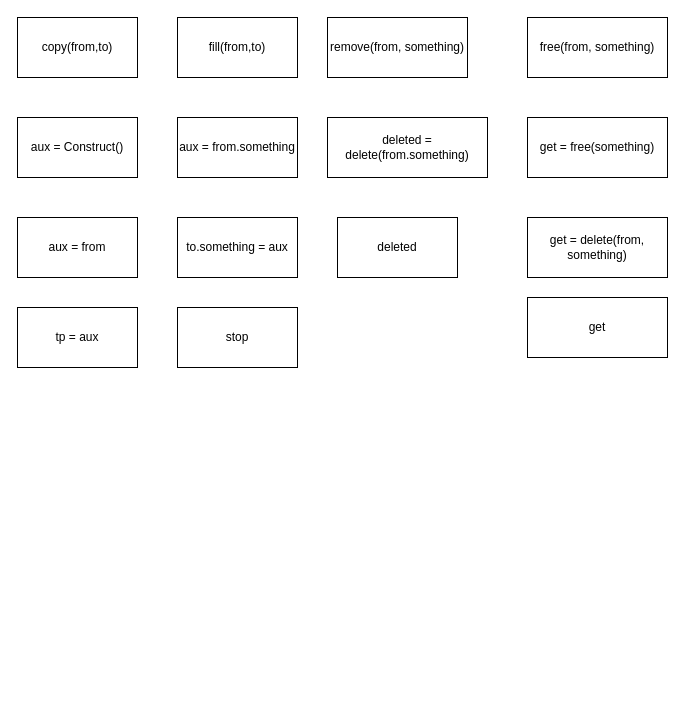
Cristof17/PALibrary- keeps this draw.io diagram as Untitled.drawio. Above is the earlier version. Source tidied: cells renumbered, new cells numbered last; positions are measured from the earlier drawing's top-left corner, leaving out a move shared by most shapes. Both pictures are drawn from the tidied source at 100%, with x=0, y=0 at pixel (17, 17).
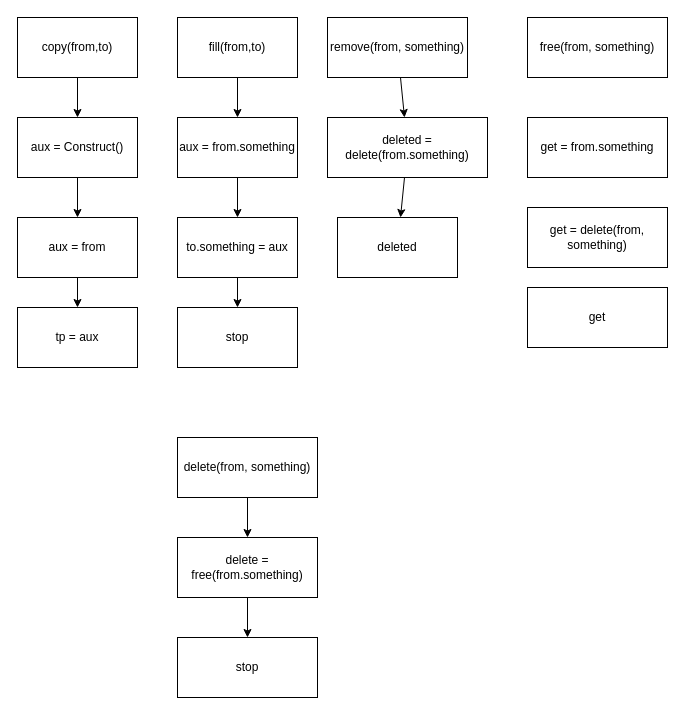
The same diagram, later.

Commit message (it also covers changes not shown here):
ADdednfunction free copy fill delete

Unchanged cells that the change refers to:
```xml
<mxCell id="2" value="copy(from,to)" style="whiteSpace=wrap;html=1;" parent="1" vertex="1">
  <mxGeometry width="120" height="60" as="geometry" />
</mxCell>
<mxCell id="3" value="aux = Construct()" style="whiteSpace=wrap;html=1;" parent="1" vertex="1">
  <mxGeometry y="100" width="120" height="60" as="geometry" />
</mxCell>
<mxCell id="4" value="aux = from" style="whiteSpace=wrap;html=1;" parent="1" vertex="1">
  <mxGeometry y="200" width="120" height="60" as="geometry" />
</mxCell>
<mxCell id="5" value="tp = aux" style="whiteSpace=wrap;html=1;" parent="1" vertex="1">
  <mxGeometry y="290" width="120" height="60" as="geometry" />
</mxCell>
<mxCell id="6" value="fill(from,to)" style="whiteSpace=wrap;html=1;" parent="1" vertex="1">
  <mxGeometry x="160" width="120" height="60" as="geometry" />
</mxCell>
<mxCell id="7" value="aux = from.something" style="whiteSpace=wrap;html=1;" parent="1" vertex="1">
  <mxGeometry x="160" y="100" width="120" height="60" as="geometry" />
</mxCell>
<mxCell id="8" value="to.something = aux" style="whiteSpace=wrap;html=1;" parent="1" vertex="1">
  <mxGeometry x="160" y="200" width="120" height="60" as="geometry" />
</mxCell>
<mxCell id="9" value="stop" style="whiteSpace=wrap;html=1;" parent="1" vertex="1">
  <mxGeometry x="160" y="290" width="120" height="60" as="geometry" />
</mxCell>
<mxCell id="10" value="remove(from, something)" style="whiteSpace=wrap;html=1;" parent="1" vertex="1">
  <mxGeometry x="310" width="140" height="60" as="geometry" />
</mxCell>
<mxCell id="11" value="deleted = delete(from.something)" style="whiteSpace=wrap;html=1;" parent="1" vertex="1">
  <mxGeometry x="310" y="100" width="160" height="60" as="geometry" />
</mxCell>
<mxCell id="12" value="deleted" style="whiteSpace=wrap;html=1;" parent="1" vertex="1">
  <mxGeometry x="320" y="200" width="120" height="60" as="geometry" />
</mxCell>
```

The edit, as a diff of the source:
```diff
@@
+    <mxCell id="17" style="edgeStyle=none;html=1;" parent="1" edge="1" source="2" target="3">
+      <mxGeometry relative="1" as="geometry" />
+    </mxCell>
@@
+    <mxCell id="18" style="edgeStyle=none;html=1;" parent="1" edge="1" source="3" target="4">
+      <mxGeometry relative="1" as="geometry" />
+    </mxCell>
@@
+    <mxCell id="19" style="edgeStyle=none;html=1;" parent="1" edge="1" source="4" target="5">
+      <mxGeometry relative="1" as="geometry" />
+    </mxCell>
@@
+    <mxCell id="20" style="edgeStyle=none;html=1;" parent="1" edge="1" source="6" target="7">
+      <mxGeometry relative="1" as="geometry" />
+    </mxCell>
@@
+    <mxCell id="21" style="edgeStyle=none;html=1;" parent="1" edge="1" source="7" target="8">
+      <mxGeometry relative="1" as="geometry" />
+    </mxCell>
@@
+    <mxCell id="22" style="edgeStyle=none;html=1;" parent="1" edge="1" source="8" target="9">
+      <mxGeometry relative="1" as="geometry" />
+    </mxCell>
@@
+    <mxCell id="23" style="edgeStyle=none;html=1;" parent="1" edge="1" source="10" target="11">
+      <mxGeometry relative="1" as="geometry" />
+    </mxCell>
@@
+    <mxCell id="24" style="edgeStyle=none;html=1;" parent="1" edge="1" source="11" target="12">
+      <mxGeometry relative="1" as="geometry" />
+    </mxCell>
@@
-    <mxCell id="14" value="get = free(something)" style="whiteSpace=wrap;html=1;" parent="1" vertex="1">
+    <mxCell id="14" value="get = from.something" style="whiteSpace=wrap;html=1;" parent="1" vertex="1">
       <mxGeometry x="510" y="100" width="140" height="60" as="geometry" />
     </mxCell>
     <mxCell id="15" value="get" style="whiteSpace=wrap;html=1;" parent="1" vertex="1">
-      <mxGeometry x="510" y="280" width="140" height="60" as="geometry" />
+      <mxGeometry x="510" y="270" width="140" height="60" as="geometry" />
     </mxCell>
     <mxCell id="16" value="get = delete(from, something)" style="whiteSpace=wrap;html=1;" parent="1" vertex="1">
-      <mxGeometry x="510" y="200" width="140" height="60" as="geometry" />
+      <mxGeometry x="510" y="190" width="140" height="60" as="geometry" />
     </mxCell>
+    <mxCell id="25" style="edgeStyle=none;html=1;" parent="1" edge="1" source="26" target="28">
+      <mxGeometry relative="1" as="geometry" />
+    </mxCell>
+    <mxCell id="26" value="delete(from, something)" style="whiteSpace=wrap;html=1;" parent="1" vertex="1">
+      <mxGeometry x="160" y="420" width="140" height="60" as="geometry" />
+    </mxCell>
+    <mxCell id="27" style="edgeStyle=none;html=1;" parent="1" edge="1" source="28" target="29">
+      <mxGeometry relative="1" as="geometry" />
+    </mxCell>
+    <mxCell id="28" value="delete = free(from.something)" style="whiteSpace=wrap;html=1;" parent="1" vertex="1">
+      <mxGeometry x="160" y="520" width="140" height="60" as="geometry" />
+    </mxCell>
+    <mxCell id="29" value="stop" style="whiteSpace=wrap;html=1;" parent="1" vertex="1">
+      <mxGeometry x="160" y="620" width="140" height="60" as="geometry" />
+    </mxCell>
```
